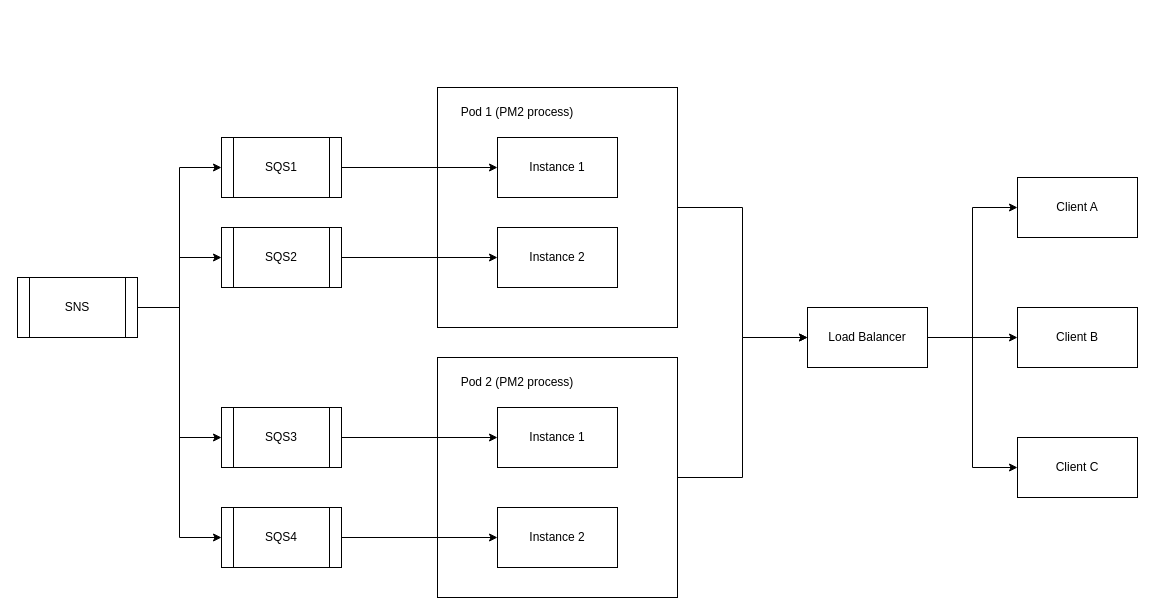
This is hppd-Inbox.drawio from half-6/workflow, a draw.io file, before an edit. Source tidied: cells renumbered, new cells numbered last; positions are measured from the earlier drawing's top-left corner, leaving out a move shared by most shapes. Both pictures are drawn from the tidied source at 100%, with x=0, y=0 at pixel (17, 87).
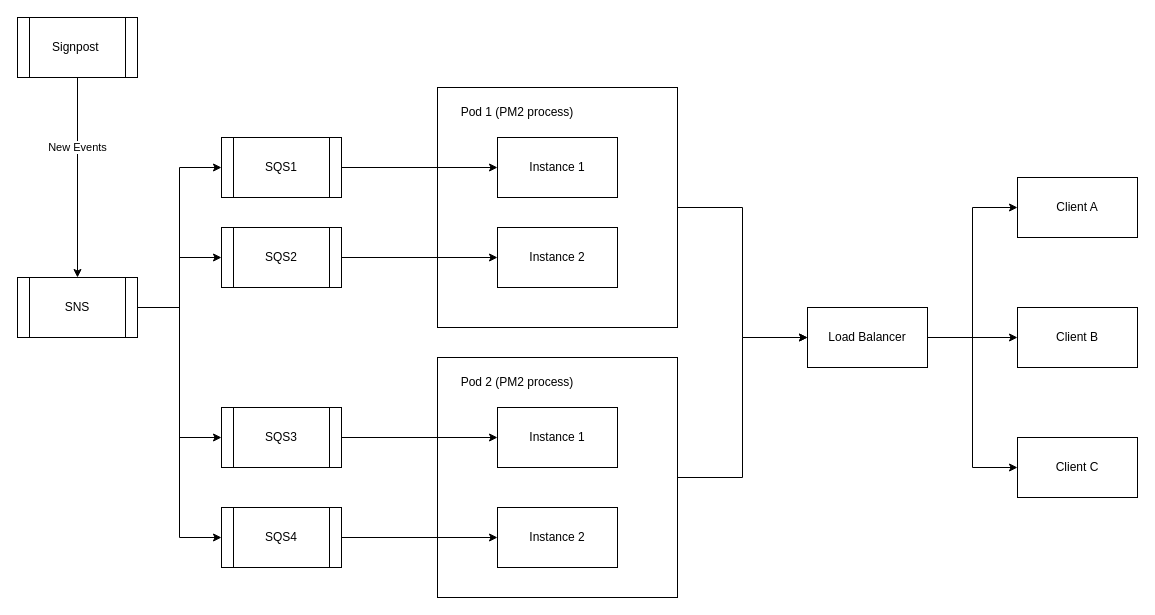
Above is the later version.

Unchanged cells that the change refers to:
```xml
<mxCell id="16" value="SNS" style="shape=process;whiteSpace=wrap;html=1;backgroundOutline=1;" parent="1" vertex="1">
  <mxGeometry y="190" width="120" height="60" as="geometry" />
</mxCell>
```

Diff of the diagram source:
```diff
@@
-    <mxCell id="2" style="group;" parent="1" vertex="1">
+    <mxCell id="2" style="group;dashed=1;strokeColor=none;dashPattern=8 8;" parent="1" vertex="1">
       <mxGeometry x="420" width="240" height="240" as="geometry" />
     </mxCell>
@@
+    <mxCell id="34" style="edgeStyle=orthogonalEdgeStyle;rounded=0;jettySize=auto;html=1;entryX=0.5;entryY=0;entryDx=0;entryDy=0;" parent="1" edge="1" source="36" target="16">
+      <mxGeometry relative="1" as="geometry" />
+    </mxCell>
+    <mxCell id="35" value="New Events" style="edgeLabel;html=1;align=center;verticalAlign=middle;" parent="34" vertex="1">
+      <mxGeometry x="-0.31" y="-1" relative="1" as="geometry" />
+    </mxCell>
+    <mxCell id="36" value="Signpost&amp;nbsp;" style="shape=process;whiteSpace=wrap;html=1;backgroundOutline=1;" parent="1" vertex="1">
+      <mxGeometry y="-70" width="120" height="60" as="geometry" />
+    </mxCell>
```
